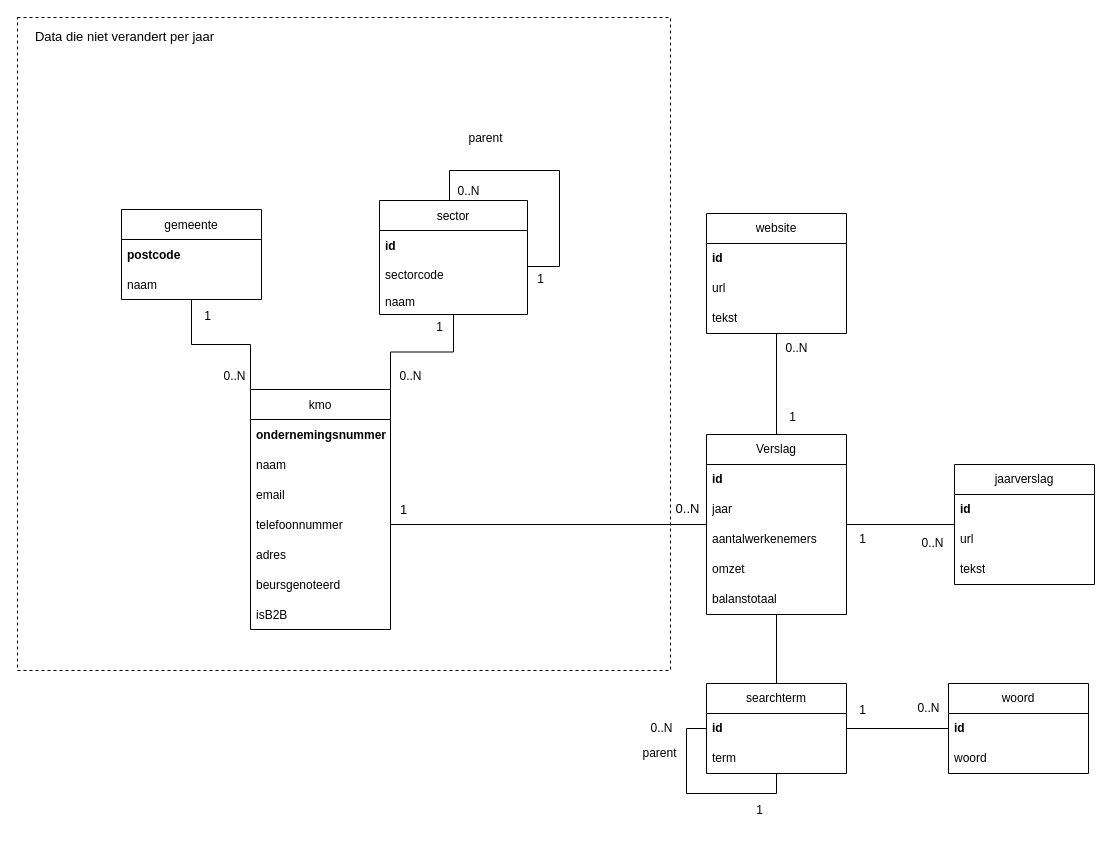
Before: Analyse/EERD/EERD - Data Engineering Project 2.drawio in SiebeVCHoGent/DataEngineeringP2, a draw.io diagram. Source tidied: cells renumbered, new cells numbered last; positions are measured from the earlier drawing's top-left corner, leaving out a move shared by most shapes. Both pictures are drawn from the tidied source at 100%, with x=0, y=0 at pixel (17, 17).
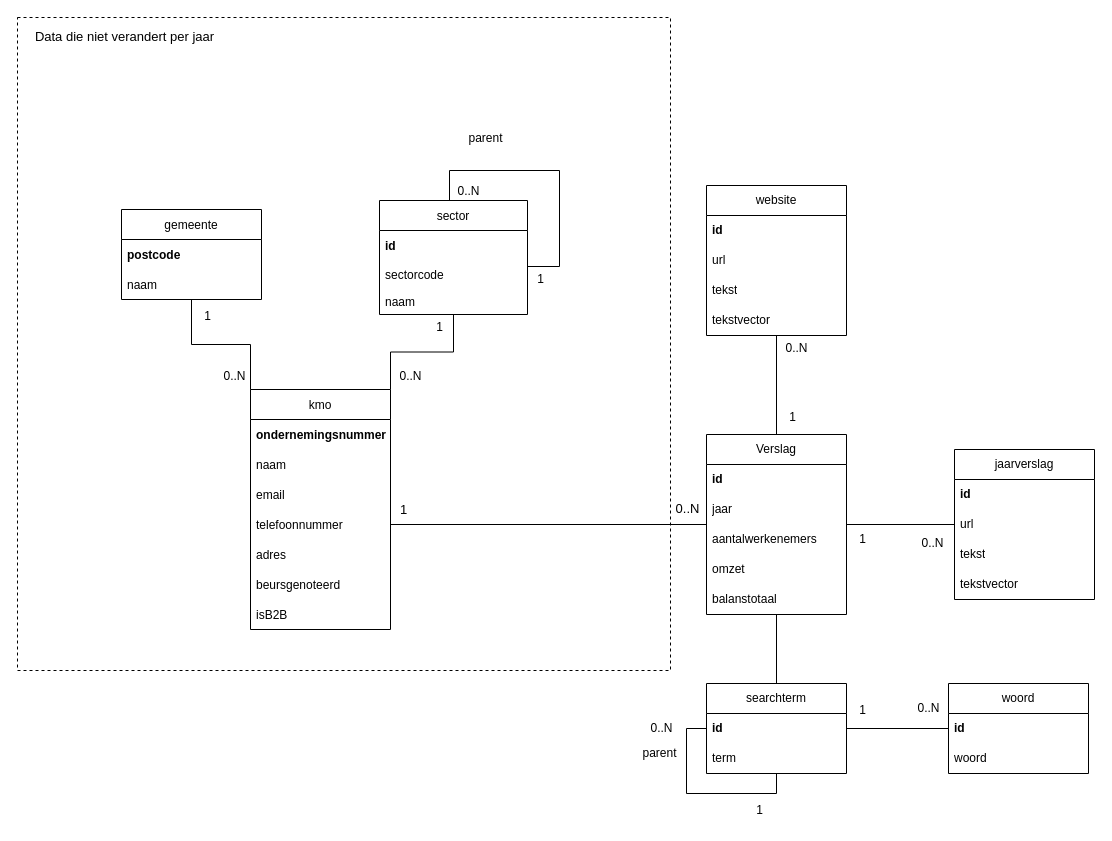
The same diagram, later.

Commit message (it also covers changes not shown here):
adding score + adjustments eerd

Change to the diagram source:
```diff
@@
     <mxCell id="40" value="jaarverslag" style="swimlane;fontStyle=0;horizontal=1;startSize=30;whiteSpace=wrap;html=1;" parent="1" vertex="1">
-      <mxGeometry x="937" y="447" width="140" height="120" as="geometry" />
+      <mxGeometry x="937" y="432" width="140" height="150" as="geometry" />
     </mxCell>
@@
+    <mxCell id="66" value="tekstvector" style="text;strokeColor=none;fillColor=none;align=left;verticalAlign=middle;spacingLeft=4;spacingRight=4;overflow=hidden;whiteSpace=wrap;html=1;" parent="40" vertex="1">
+      <mxGeometry y="120" width="140" height="30" as="geometry" />
+    </mxCell>
@@
     <mxCell id="45" value="website" style="swimlane;fontStyle=0;horizontal=1;startSize=30;whiteSpace=wrap;html=1;" parent="1" vertex="1">
-      <mxGeometry x="689" y="196" width="140" height="120" as="geometry" />
+      <mxGeometry x="689" y="168" width="140" height="150" as="geometry" />
     </mxCell>
@@
+    <mxCell id="67" value="tekstvector" style="text;strokeColor=none;fillColor=none;align=left;verticalAlign=middle;spacingLeft=4;spacingRight=4;overflow=hidden;whiteSpace=wrap;html=1;" parent="45" vertex="1">
+      <mxGeometry y="120" width="140" height="30" as="geometry" />
+    </mxCell>
```
